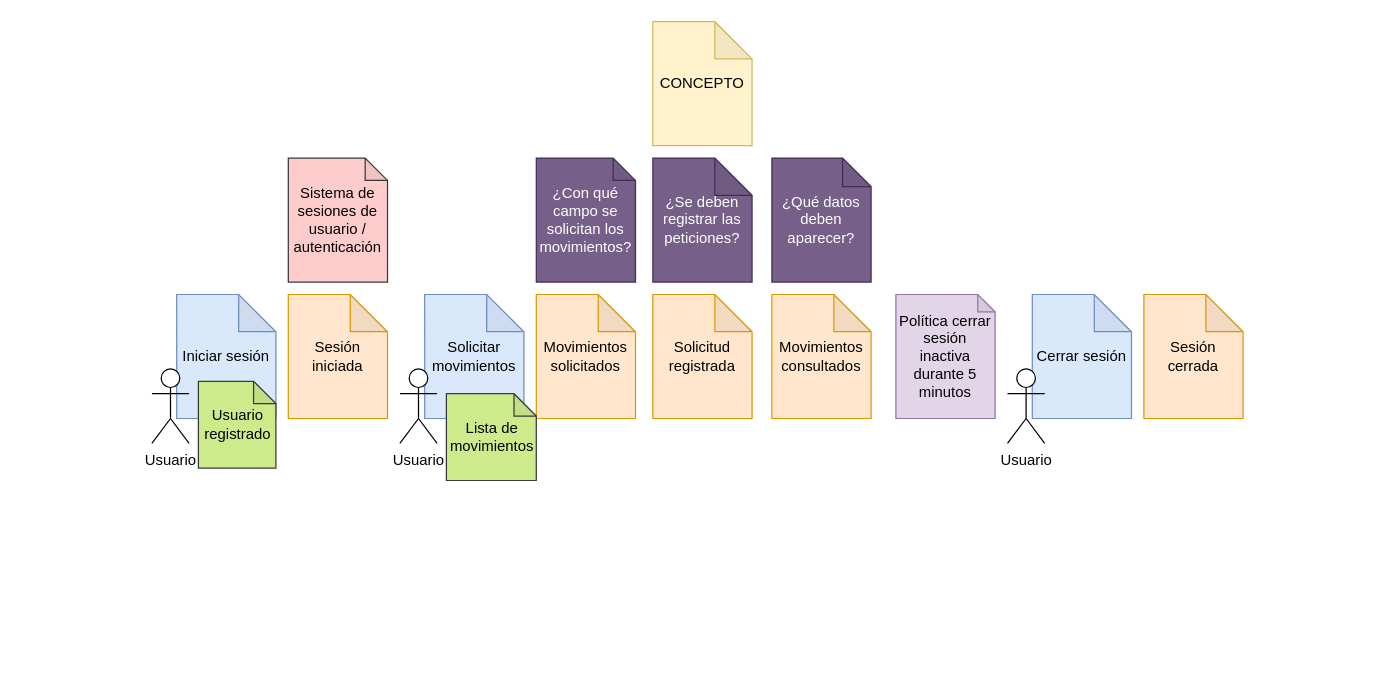
Above: EventStorming_MovimientosDeposito.drawio in joeburias/ddd_example (draw.io), before the change. Source tidied: cells renumbered, new cells numbered last; positions are measured from the earlier drawing's top-left corner, leaving out a move shared by most shapes. Both pictures are drawn from the tidied source at 124%, with x=0, y=0 at pixel (151, 21).
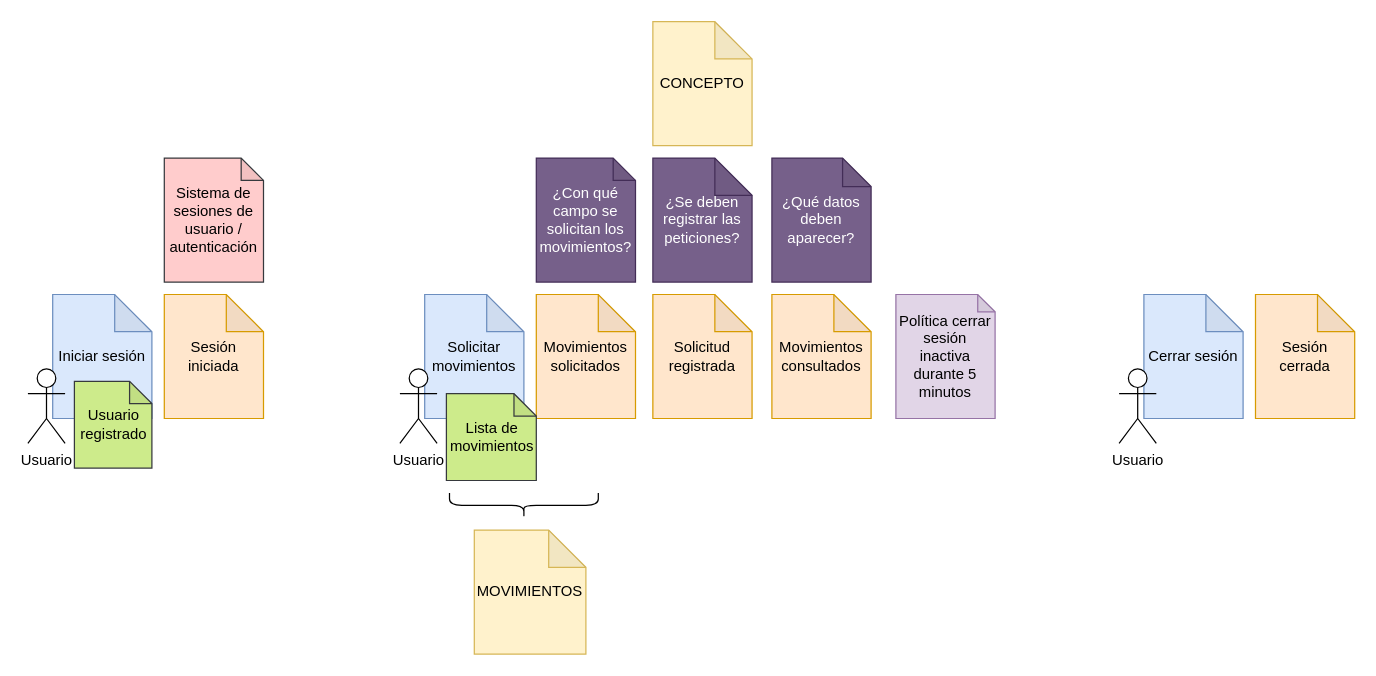
The same page after the edit.

Change to the diagram source:
```diff
@@
     <mxCell id="3" value="Sesión iniciada" style="shape=note;whiteSpace=wrap;html=1;backgroundOutline=1;darkOpacity=0.05;fillColor=#ffe6cc;strokeColor=#d79b00;" parent="1" vertex="1">
-      <mxGeometry x="110" y="220" width="80" height="100" as="geometry" />
+      <mxGeometry x="10" y="220" width="80" height="100" as="geometry" />
     </mxCell>
     <mxCell id="4" value="Sesión cerrada" style="shape=note;whiteSpace=wrap;html=1;backgroundOutline=1;darkOpacity=0.05;fillColor=#ffe6cc;strokeColor=#d79b00;" parent="1" vertex="1">
-      <mxGeometry x="800" y="220" width="80" height="100" as="geometry" />
+      <mxGeometry x="890" y="220" width="80" height="100" as="geometry" />
     </mxCell>
@@
     <mxCell id="9" style="group;" parent="1" vertex="1">
-      <mxGeometry x="10" y="220" width="90" height="120" as="geometry" />
+      <mxGeometry x="-90" y="220" width="90" height="120" as="geometry" />
     </mxCell>
@@
     <mxCell id="17" style="group;" parent="1" vertex="1">
-      <mxGeometry x="700" y="220" width="90" height="120" as="geometry" />
+      <mxGeometry x="790" y="220" width="90" height="120" as="geometry" />
     </mxCell>
@@
     <mxCell id="23" value="Sistema de sesiones de usuario / autenticación" style="shape=note;whiteSpace=wrap;html=1;backgroundOutline=1;darkOpacity=0.05;fillColor=#ffcccc;strokeColor=#36393d;size=18;" parent="1" vertex="1">
-      <mxGeometry x="110" y="110" width="80" height="100" as="geometry" />
+      <mxGeometry x="10" y="110" width="80" height="100" as="geometry" />
     </mxCell>
     <mxCell id="24" value="Usuario registrado" style="shape=note;whiteSpace=wrap;html=1;backgroundOutline=1;darkOpacity=0.05;fillColor=#cdeb8b;strokeColor=#36393d;size=18;" parent="1" vertex="1">
-      <mxGeometry x="37.5" y="290" width="62.5" height="70" as="geometry" />
+      <mxGeometry x="-62.5" y="290" width="62.5" height="70" as="geometry" />
     </mxCell>
@@
+    <mxCell id="27" style="shape=curlyBracket;whiteSpace=wrap;html=1;rounded=1;rotation=-90;" parent="1" vertex="1">
+      <mxGeometry x="290" y="330" width="20" height="120" as="geometry" />
+    </mxCell>
+    <mxCell id="28" value="MOVIMIENTOS" style="shape=note;whiteSpace=wrap;html=1;backgroundOutline=1;darkOpacity=0.05;fillColor=#fff2cc;strokeColor=#d6b656;" parent="1" vertex="1">
+      <mxGeometry x="260" y="410" width="90" height="100" as="geometry" />
+    </mxCell>
```
